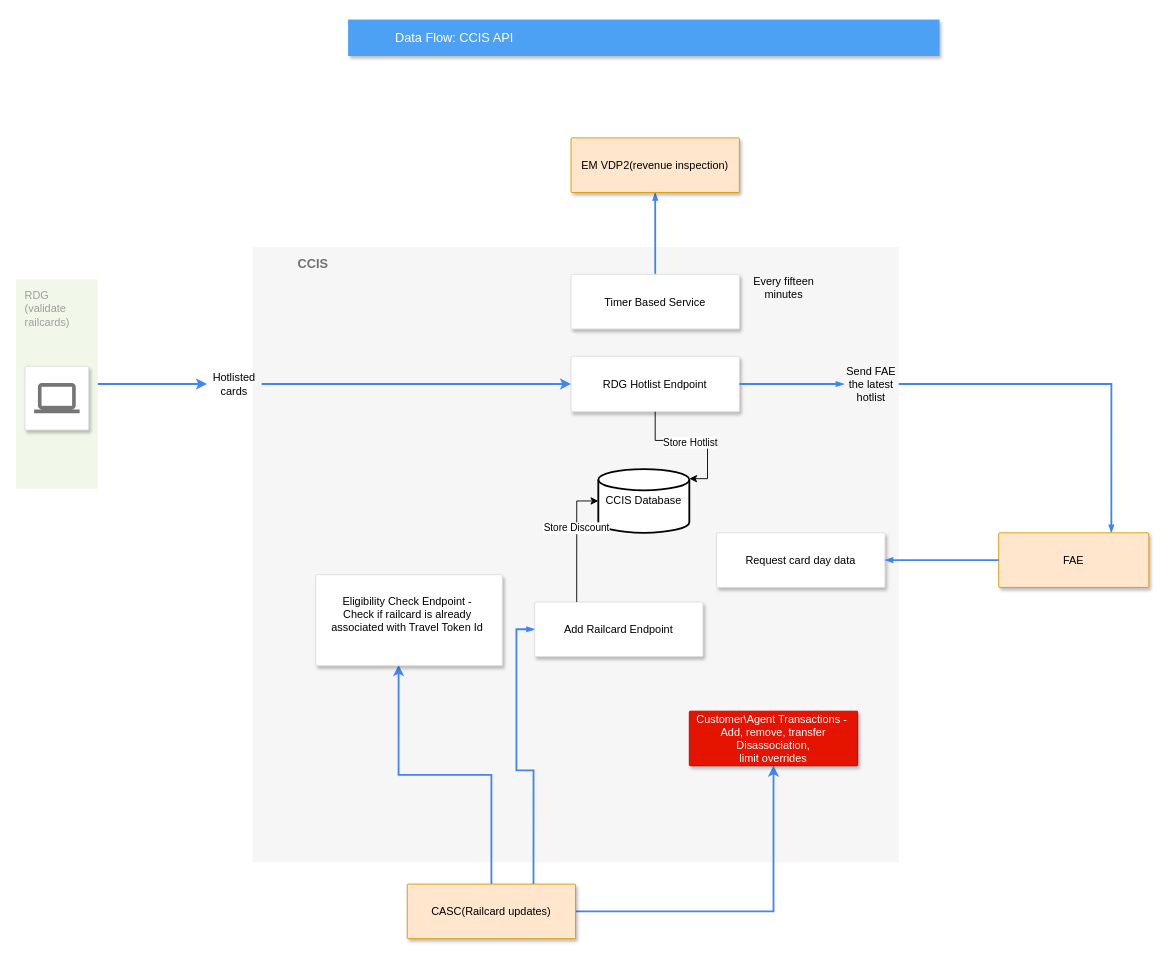
This is CCIS-API.drawio from mattwatts36/drawings, a draw.io file, before an edit. Source tidied: cells renumbered, new cells numbered last; positions are measured from the earlier drawing's top-left corner, leaving out a move shared by most shapes. Both pictures are drawn from the tidied source at 91%, with x=0, y=0 at pixel (15, 19).
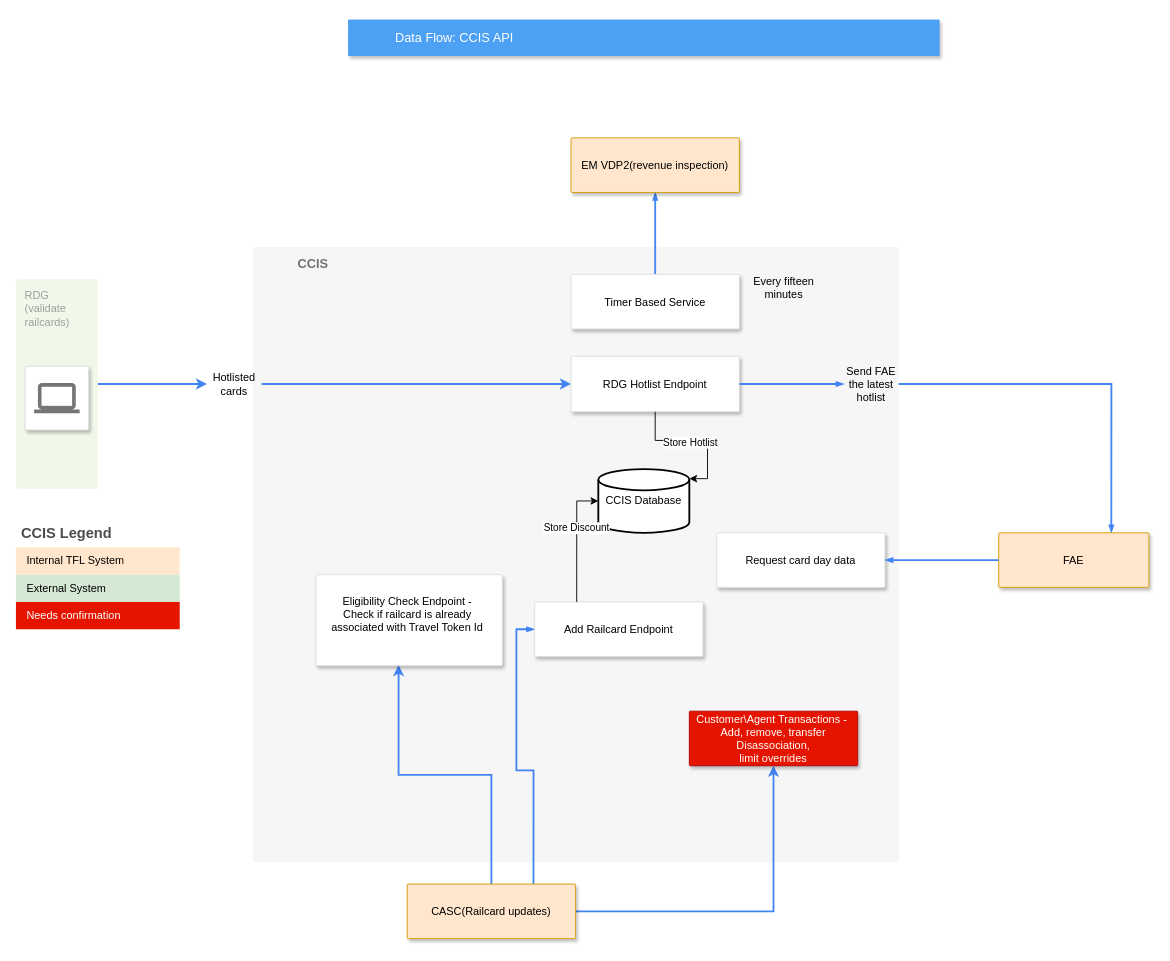
The same diagram, later.

Diff of the diagram source:
```diff
@@
+    <mxCell id="34" value="CCIS Legend" style="shape=table;startSize=30;childLayout=tableLayout;fontSize=16;align=left;verticalAlign=top;fillColor=none;strokeColor=none;fontColor=#4D4D4D;fontStyle=1;spacingLeft=6;spacing=0;" parent="1" vertex="1">
+      <mxGeometry y="550" width="180" height="120" as="geometry" />
+    </mxCell>
+    <mxCell id="35" style="shape=tableRow;horizontal=0;startSize=0;swimlaneHead=0;swimlaneBody=0;strokeColor=inherit;top=0;left=0;bottom=0;right=0;fillColor=none;fontSize=12;" parent="34" vertex="1">
+      <mxGeometry y="30" width="180" height="30" as="geometry" />
+    </mxCell>
+    <mxCell id="36" value="Internal TFL System" style="shape=partialRectangle;html=1;whiteSpace=wrap;strokeColor=#d79b00;overflow=hidden;fillColor=#ffe6cc;top=0;left=0;bottom=0;right=0;fontSize=12;align=left;spacingLeft=10;spacingRight=4;" parent="35" vertex="1">
+      <mxGeometry width="180" height="30" as="geometry" />
+    </mxCell>
+    <mxCell id="37" style="shape=tableRow;horizontal=0;startSize=0;swimlaneHead=0;swimlaneBody=0;strokeColor=inherit;top=0;left=0;bottom=0;right=0;fillColor=none;fontSize=12;" parent="34" vertex="1">
+      <mxGeometry y="60" width="180" height="30" as="geometry" />
+    </mxCell>
+    <mxCell id="38" value="External System" style="shape=partialRectangle;html=1;whiteSpace=wrap;strokeColor=#82b366;overflow=hidden;fillColor=#d5e8d4;top=0;left=0;bottom=0;right=0;fontSize=12;align=left;spacingLeft=10;spacingRight=4;" parent="37" vertex="1">
+      <mxGeometry width="180" height="30" as="geometry" />
+    </mxCell>
+    <mxCell id="39" style="shape=tableRow;horizontal=0;startSize=0;swimlaneHead=0;swimlaneBody=0;strokeColor=inherit;top=0;left=0;bottom=0;right=0;fillColor=none;fontSize=12;" parent="34" vertex="1">
+      <mxGeometry y="90" width="180" height="30" as="geometry" />
+    </mxCell>
+    <mxCell id="40" value="Needs confirmation" style="shape=partialRectangle;html=1;whiteSpace=wrap;strokeColor=#B20000;overflow=hidden;fillColor=#e51400;top=0;left=0;bottom=0;right=0;fontSize=12;align=left;fontColor=#ffffff;spacingLeft=10;spacingRight=4;" parent="39" vertex="1">
+      <mxGeometry width="180" height="30" as="geometry" />
+    </mxCell>
```
